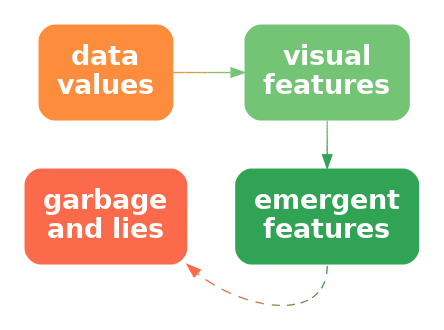
This is _book/Diagrams/data-vis-vis-lie.png from pmur002/hdvw, a Graphviz export, as it was before one commit. Its source is kept beside it as Diagrams/data-vis-vis-lie.dot. Its diagram source:
```dot
digraph {
  graph [ rankdir=LR; margin=.2; nodesep=.5 ];
  node [ fontsize=20; fontname="sans bold"; margin=.2 ];
  data [ label="data\nvalues"; shape=box; style="filled, rounded"; penwidth=0; fontcolor=white; fillcolor="#FD8D3C" ]
  lie [ label="garbage\nand lies"; shape=box; style="filled, rounded"; penwidth=0; fontcolor=white; fillcolor="#FB6A4A" ]
  vis [ label="visual\nfeatures"; shape=box;
     style="filled, rounded"; penwidth=0; fontcolor=white; fillcolor="#74C476" ]
  add [ label="emergent\nfeatures"; shape=box;
     style="filled, rounded"; penwidth=0; fontcolor=white; fillcolor="#31A354" ]
  data -> vis [ color="#FD8D3C;0.1:#EE9342;0.1:#DF9949;0.1:#CF9F4F;0.1:#C0A556;0.1:#B1AC5C;0.1:#A2B263;0.1:#92B869;0.1:#83BE70;0.1:#74C476;0.1" ]
  vis -> add [ color="#74C476;0.1:#6DC072;0.1:#65BD6E;0.1:#5EB96B;0.1:#56B567;0.1:#4FB263;0.1:#47AE5F;0.1:#40AA5C;0.1:#38A758;0.1:#31A354;0.1" ]
  add:s -> lie:se [ style="dashed", color="#31A354;0.1:#479D53;0.1:#5E9652;0.1:#749051;0.1:#8B8A50;0.1:#A1834E;0.1:#B87D4D;0.1:#CE774C;0.1:#E5704B;0.1:#FB6A4A;0.1" ]
{ rank=same; data, lie }
{ rank=same; vis, add }
}
```
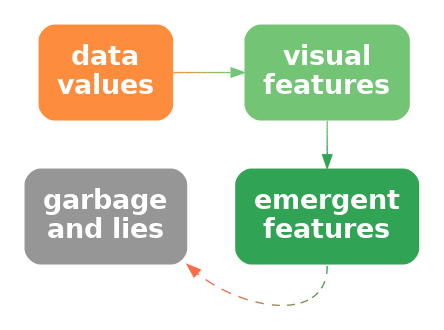
After the change.

Change to the diagram source:
```diff
@@ -2,7 +2,7 @@
   graph [ rankdir=LR; margin=.2; nodesep=.5 ];
   node [ fontsize=20; fontname="sans bold"; margin=.2 ];
   data [ label="data\nvalues"; shape=box; style="filled, rounded"; penwidth=0; fontcolor=white; fillcolor="#FD8D3C" ]
-  lie [ label="garbage\nand lies"; shape=box; style="filled, rounded"; penwidth=0; fontcolor=white; fillcolor="#FB6A4A" ]
+  lie [ label="garbage\nand lies"; shape=box; style="filled, rounded"; penwidth=0; fontcolor=white; fillcolor="#969696" ]
   vis [ label="visual\nfeatures"; shape=box;
      style="filled, rounded"; penwidth=0; fontcolor=white; fillcolor="#74C476" ]
   add [ label="emergent\nfeatures"; shape=box;
```
